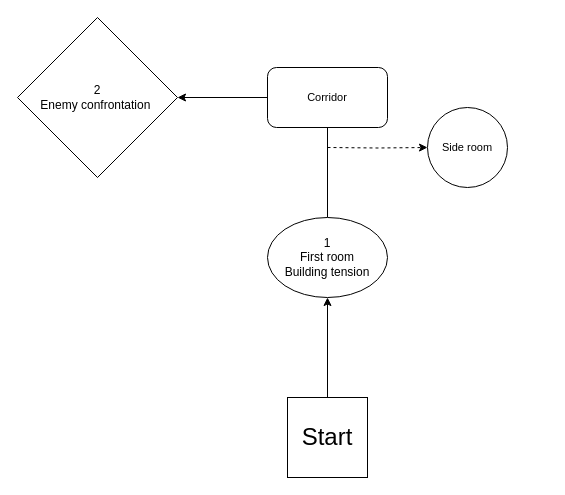
Above: Untitled Diagram.drawio in CorvusKa/diagrams.net-ka (draw.io), before the change. Source tidied: cells renumbered, new cells numbered last; positions are measured from the earlier drawing's top-left corner, leaving out a move shared by most shapes. Both pictures are drawn from the tidied source at 100%, with x=0, y=0 at pixel (17, 17).
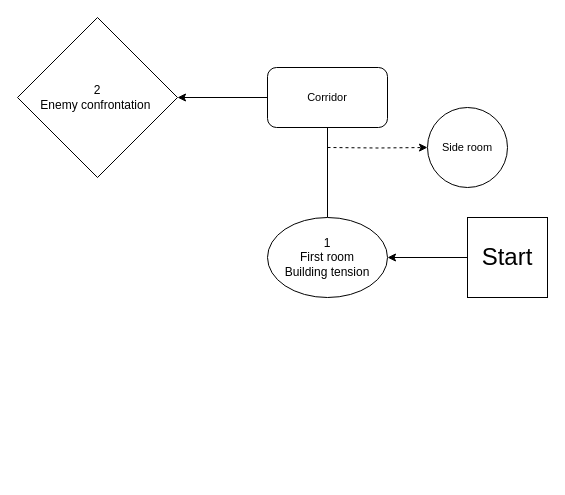
The same page after the edit.

Commit message:
changed position of start

Change to the diagram source:
```diff
@@
 <mxGraphModel>
   <root>
     <mxCell id="0" />
     <mxCell id="1" parent="0" />
-    <mxCell id="2" style="edgeStyle=orthogonalEdgeStyle;rounded=0;jettySize=auto;html=1;exitX=0.5;exitY=0;exitDx=0;exitDy=0;entryX=0.5;entryY=1;entryDx=0;entryDy=0;" parent="1" edge="1" source="3" target="5">
+    <mxCell id="2" style="edgeStyle=orthogonalEdgeStyle;rounded=0;jettySize=auto;html=1;exitX=0;exitY=0.5;exitDx=0;exitDy=0;entryX=1;entryY=0.5;entryDx=0;entryDy=0;" parent="1" edge="1" source="3" target="5">
       <mxGeometry relative="1" as="geometry" />
     </mxCell>
     <mxCell id="3" value="&lt;font style=&quot;font-size: 24px;&quot;&gt;Start&lt;/font&gt;" style="whiteSpace=wrap;html=1;" parent="1" vertex="1">
-      <mxGeometry x="270" y="380" width="80" height="80" as="geometry" />
+      <mxGeometry x="450" y="200" width="80" height="80" as="geometry" />
     </mxCell>
     <mxCell id="4" style="edgeStyle=orthogonalEdgeStyle;rounded=0;jettySize=auto;html=1;exitX=0.5;exitY=0;exitDx=0;exitDy=0;entryX=1;entryY=0.5;entryDx=0;entryDy=0;" parent="1" edge="1" source="5" target="6">
       <mxGeometry relative="1" as="geometry">
         <Array as="points">
           <mxPoint x="310" y="80" />
         </Array>
       </mxGeometry>
     </mxCell>
     <mxCell id="5" value="1&lt;br&gt;First room&lt;br&gt;Building tension" style="ellipse;whiteSpace=wrap;html=1;" parent="1" vertex="1">
       <mxGeometry x="250" y="200" width="120" height="80" as="geometry" />
     </mxCell>
     <mxCell id="6" value="2&lt;br&gt;Enemy confrontation&amp;nbsp; " style="rhombus;whiteSpace=wrap;html=1;" parent="1" vertex="1">
       <mxGeometry width="160" height="160" as="geometry" />
     </mxCell>
     <mxCell id="7" style="edgeStyle=orthogonalEdgeStyle;shape=connector;rounded=0;jettySize=auto;html=1;exitX=0;exitY=0.5;exitDx=0;exitDy=0;labelBackgroundColor=default;strokeColor=default;fontFamily=Helvetica;fontSize=11;fontColor=default;endArrow=classic;entryX=0;entryY=0.5;entryDx=0;entryDy=0;dashed=1;" parent="1" edge="1" target="8">
       <mxGeometry relative="1" as="geometry">
         <mxPoint x="310" y="130" as="sourcePoint" />
       </mxGeometry>
     </mxCell>
     <mxCell id="8" value="Side room" style="ellipse;whiteSpace=wrap;html=1;fontFamily=Helvetica;fontSize=11;fontColor=default;" parent="1" vertex="1">
       <mxGeometry x="410" y="90" width="80" height="80" as="geometry" />
     </mxCell>
     <mxCell id="9" value="Corridor" style="rounded=1;whiteSpace=wrap;html=1;fontFamily=Helvetica;fontSize=11;fontColor=default;" parent="1" vertex="1">
       <mxGeometry x="250" y="50" width="120" height="60" as="geometry" />
     </mxCell>
   </root>
 </mxGraphModel>
```
